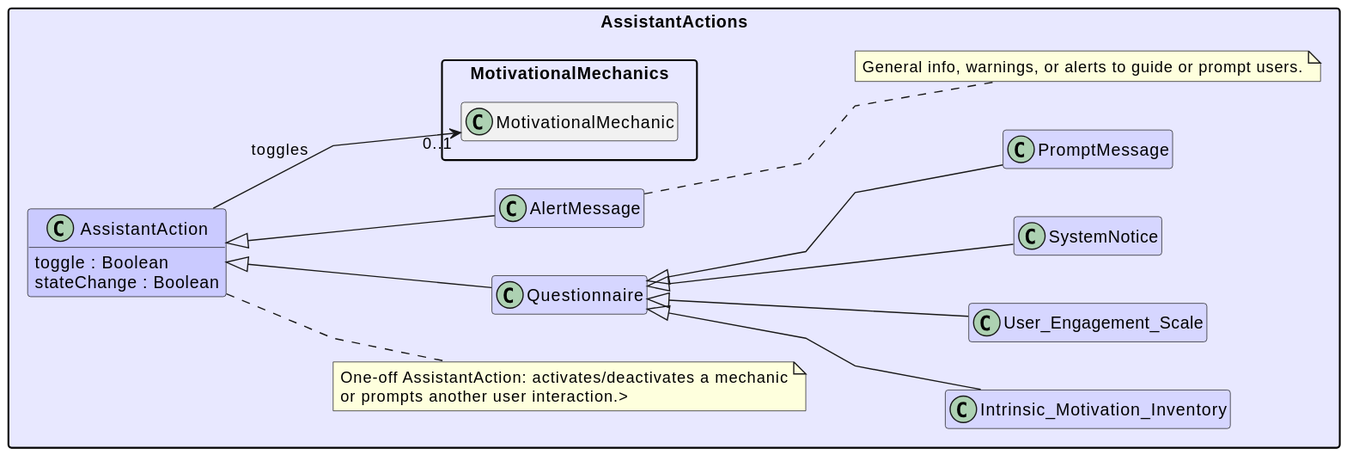
Before: out/UML/assistantActions/assistantActions.svg, a diagram exported from PlantUML (Maks-stack/ontology).
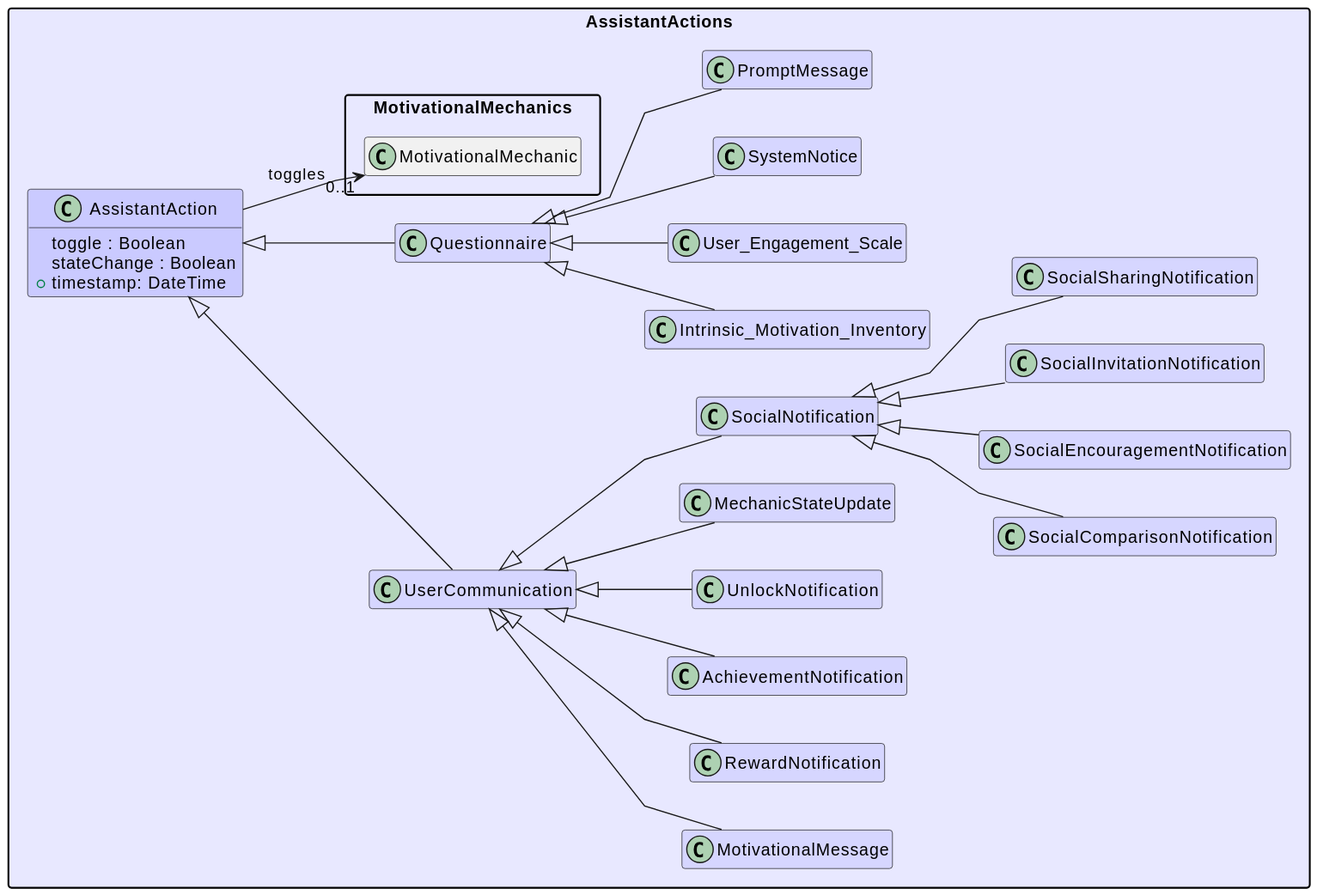
Above is the later version.

The edit, as a diff of the source:
```diff
@@ -8,29 +8,38 @@
 skinparam ranksep 40
 skinparam packageStyle rectangle
 
-package AssistantActions #e8e8ff {
-  class AssistantAction #cacaff {
+!define actionsBack #e8e8ffff
+!define actionsFront #cacaffff
+!define actionsLight #d6d6ffff
+
+package AssistantActions actionsBack {
+  class AssistantAction actionsFront {
     toggle : Boolean
     stateChange : Boolean
+    +timestamp: DateTime
   }
-  note right of AssistantAction
-    One-off AssistantAction: activates/deactivates a mechanic
-    or prompts another user interaction.>
-  end note
 
-  class Questionnaire #d6d6ff extends AssistantAction
-  class AlertMessage #d6d6ff extends AssistantAction
-  note right of AlertMessage
-    General info, warnings, or alerts to guide or prompt users.
-  end note
+  class UserCommunication actionsLight extends AssistantAction
+  class MotivationalMessage actionsLight extends UserCommunication
+  class RewardNotification actionsLight extends UserCommunication
+  class AchievementNotification actionsLight extends UserCommunication
+  class UnlockNotification actionsLight extends UserCommunication
 
-  class Intrinsic_Motivation_Inventory #d6d6ff extends Questionnaire
-  class User_Engagement_Scale #d6d6ff extends Questionnaire
-  class SystemNotice #d6d6ff extends Questionnaire
-  class PromptMessage #d6d6ff extends Questionnaire
-  !if ($renderMode == "master")
+  class MechanicStateUpdate actionsLight extends UserCommunication
 
-  !else
+  class SocialNotification actionsLight extends UserCommunication
+  class SocialComparisonNotification actionsLight extends SocialNotification
+  class SocialEncouragementNotification actionsLight extends SocialNotification
+  class SocialInvitationNotification actionsLight extends SocialNotification
+  class SocialSharingNotification actionsLight extends SocialNotification
+
+  class Questionnaire actionsLight extends AssistantAction
+  class Intrinsic_Motivation_Inventory actionsLight extends Questionnaire
+  class User_Engagement_Scale actionsLight extends Questionnaire
+  class SystemNotice actionsLight extends Questionnaire
+  class PromptMessage actionsLight extends Questionnaire
+
+  !if ($renderMode != "master")
   AssistantActions.AssistantAction --> "0..1" MotivationalMechanics.MotivationalMechanic : toggles
   !endif
 }
```
